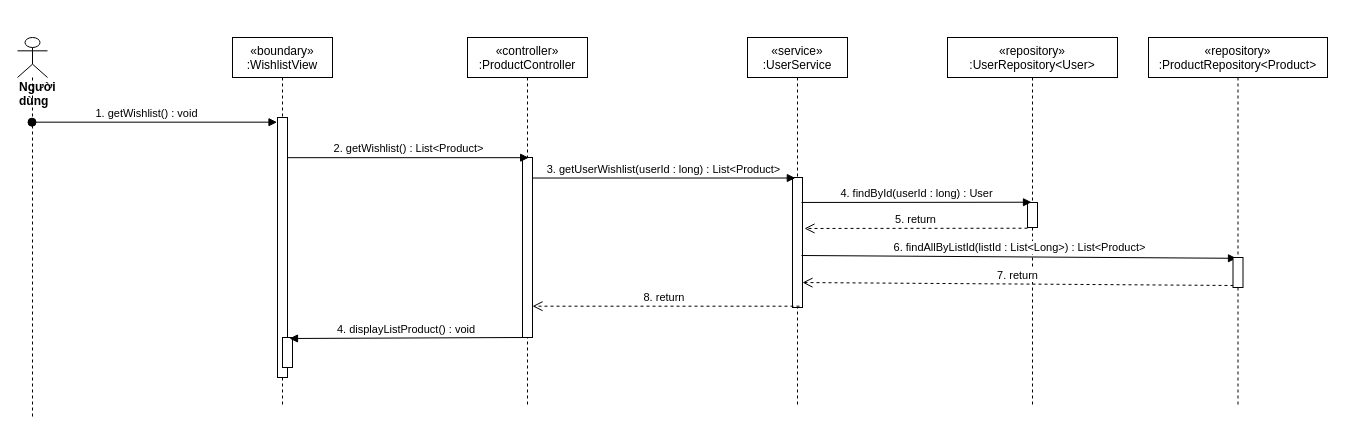
nguyenphamvan/datn_20202 keeps this draw.io diagram as sequence diagram/get-wishlist-sequence-diagram.drawio. Above is the earlier version. Source tidied: cells renumbered, new cells numbered last; positions are measured from the earlier drawing's top-left corner, leaving out a move shared by most shapes. Both pictures are drawn from the tidied source at 100%, with x=0, y=0 at pixel (17, 37).
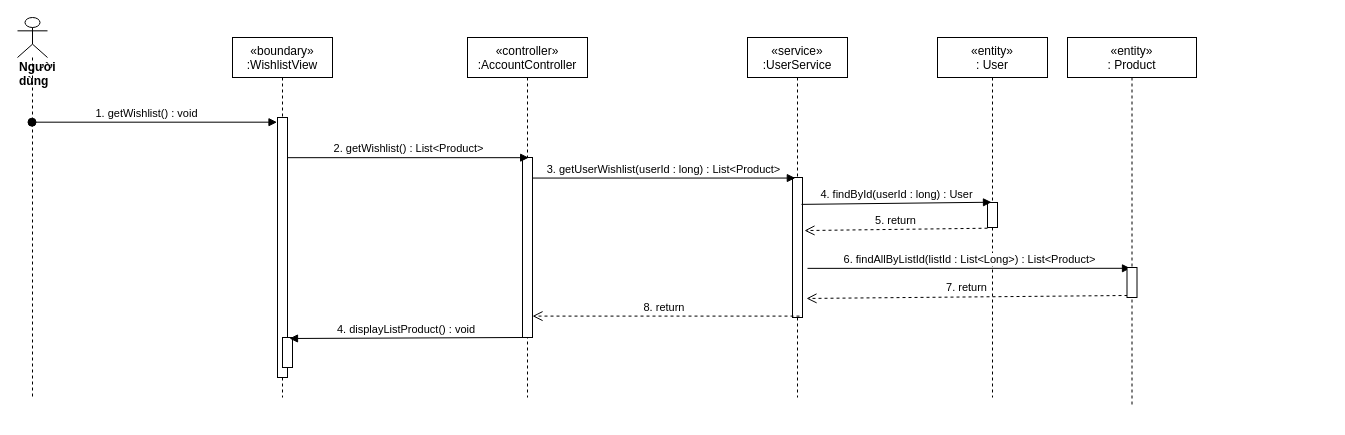
Above is the later version.

Change to the diagram source:
```diff
@@
     <mxCell id="2" value="«boundary»&#10;:WishlistView" style="shape=umlLifeline;perimeter=lifelinePerimeter;rounded=0;shadow=0;strokeWidth=1;" parent="1" vertex="1">
-      <mxGeometry x="215" width="100" height="370" as="geometry" />
+      <mxGeometry x="215" width="100" height="360" as="geometry" />
     </mxCell>
@@
-    <mxCell id="5" value="«controller»&#10;:ProductController" style="shape=umlLifeline;perimeter=lifelinePerimeter;rounded=0;shadow=0;strokeWidth=1;" parent="1" vertex="1">
-      <mxGeometry x="450" width="120" height="370" as="geometry" />
+    <mxCell id="5" value="«controller»&#10;:AccountController" style="shape=umlLifeline;perimeter=lifelinePerimeter;rounded=0;shadow=0;strokeWidth=1;" parent="1" vertex="1">
+      <mxGeometry x="450" width="120" height="360" as="geometry" />
     </mxCell>
@@
     <mxCell id="7" value="&lt;div&gt;&lt;b&gt;Người dùng&lt;/b&gt;&lt;/div&gt;" style="shape=umlLifeline;participant=umlActor;perimeter=lifelinePerimeter;whiteSpace=wrap;html=1;verticalAlign=top;spacingTop=36;outlineConnect=0;align=left;" parent="1" vertex="1">
-      <mxGeometry width="30" height="380" as="geometry" />
+      <mxGeometry y="-20" width="30" height="380" as="geometry" />
     </mxCell>
@@
     <mxCell id="9" value="«service»&#10;:UserService" style="shape=umlLifeline;perimeter=lifelinePerimeter;rounded=0;shadow=0;strokeWidth=1;" parent="1" vertex="1">
-      <mxGeometry x="730" width="100" height="370" as="geometry" />
+      <mxGeometry x="730" width="100" height="360" as="geometry" />
     </mxCell>
     <mxCell id="10" style="points=[];perimeter=orthogonalPerimeter;rounded=0;shadow=0;strokeWidth=1;" parent="9" vertex="1">
-      <mxGeometry x="45" y="140" width="10" height="130" as="geometry" />
+      <mxGeometry x="45" y="140" width="10" height="140" as="geometry" />
     </mxCell>
@@
-    <mxCell id="15" value="«repository»&#10;:UserRepository&lt;User&gt;" style="shape=umlLifeline;perimeter=lifelinePerimeter;rounded=0;shadow=0;strokeWidth=1;" parent="1" vertex="1">
-      <mxGeometry x="930" width="170" height="370" as="geometry" />
+    <mxCell id="15" value="«entity»&#10;: User" style="shape=umlLifeline;perimeter=lifelinePerimeter;rounded=0;shadow=0;strokeWidth=1;" parent="1" vertex="1">
+      <mxGeometry x="920" width="110" height="360" as="geometry" />
     </mxCell>
     <mxCell id="16" style="points=[];perimeter=orthogonalPerimeter;rounded=0;shadow=0;strokeWidth=1;" parent="15" vertex="1">
-      <mxGeometry x="80" y="165" width="10" height="25" as="geometry" />
+      <mxGeometry x="50" y="165" width="10" height="25" as="geometry" />
     </mxCell>
-    <mxCell id="17" value="6. findAllByListId(listId : List&amp;lt;Long&amp;gt;) : List&amp;lt;Product&amp;gt;" style="html=1;verticalAlign=bottom;endArrow=block;entryX=0.35;entryY=0.027;entryDx=0;entryDy=0;entryPerimeter=0;exitX=0.9;exitY=0.6;exitDx=0;exitDy=0;exitPerimeter=0;" parent="1" edge="1" source="10" target="22">
+    <mxCell id="17" value="6. findAllByListId(listId : List&amp;lt;Long&amp;gt;) : List&amp;lt;Product&amp;gt;" style="html=1;verticalAlign=bottom;endArrow=block;entryX=0.35;entryY=0.027;entryDx=0;entryDy=0;entryPerimeter=0;exitX=1.5;exitY=0.649;exitDx=0;exitDy=0;exitPerimeter=0;" parent="1" edge="1" source="10" target="22">
       <mxGeometry relative="1" as="geometry" />
     </mxCell>
-    <mxCell id="18" value="7. return" style="html=1;verticalAlign=bottom;endArrow=open;dashed=1;endSize=8;entryX=1;entryY=0.808;entryDx=0;entryDy=0;entryPerimeter=0;exitX=0.05;exitY=0.933;exitDx=0;exitDy=0;exitPerimeter=0;" parent="1" edge="1" source="22" target="10">
+    <mxCell id="18" value="7. return" style="html=1;verticalAlign=bottom;endArrow=open;dashed=1;endSize=8;entryX=1.4;entryY=0.864;entryDx=0;entryDy=0;entryPerimeter=0;exitX=0.05;exitY=0.933;exitDx=0;exitDy=0;exitPerimeter=0;" parent="1" edge="1" source="22" target="10">
       <mxGeometry relative="1" as="geometry" />
     </mxCell>
@@
-    <mxCell id="20" value="5. return" style="html=1;verticalAlign=bottom;endArrow=open;dashed=1;endSize=8;exitX=0;exitY=1.029;exitDx=0;exitDy=0;exitPerimeter=0;entryX=1.2;entryY=0.392;entryDx=0;entryDy=0;entryPerimeter=0;" parent="1" edge="1" source="16" target="10">
+    <mxCell id="20" value="5. return" style="html=1;verticalAlign=bottom;endArrow=open;dashed=1;endSize=8;exitX=0;exitY=1.029;exitDx=0;exitDy=0;exitPerimeter=0;entryX=1.2;entryY=0.379;entryDx=0;entryDy=0;entryPerimeter=0;" parent="1" edge="1" source="16" target="10">
       <mxGeometry relative="1" as="geometry" />
     </mxCell>
-    <mxCell id="21" value="«repository»&#10;:ProductRepository&lt;Product&gt;" style="shape=umlLifeline;perimeter=lifelinePerimeter;rounded=0;shadow=0;strokeWidth=1;" parent="1" vertex="1">
-      <mxGeometry x="1131" width="179" height="370" as="geometry" />
+    <mxCell id="21" value="«entity»&#10;: Product" style="shape=umlLifeline;perimeter=lifelinePerimeter;rounded=0;shadow=0;strokeWidth=1;" parent="1" vertex="1">
+      <mxGeometry x="1050" width="129" height="370" as="geometry" />
     </mxCell>
     <mxCell id="22" style="points=[];perimeter=orthogonalPerimeter;rounded=0;shadow=0;strokeWidth=1;" parent="21" vertex="1">
-      <mxGeometry x="84.5" y="220" width="10" height="30" as="geometry" />
+      <mxGeometry x="59.5" y="230" width="10" height="30" as="geometry" />
     </mxCell>
```
